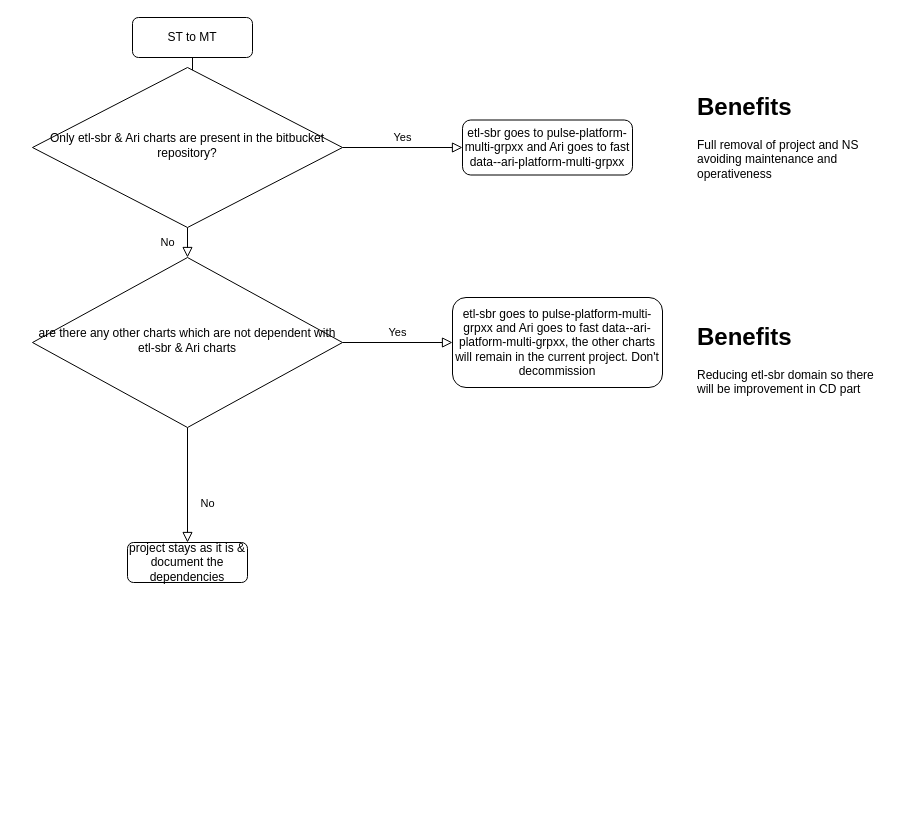
Above: Diagrama sin título.drawio in lgarzon2304/flatris (draw.io), before the change. Source tidied: cells renumbered, new cells numbered last; positions are measured from the earlier drawing's top-left corner, leaving out a move shared by most shapes. Both pictures are drawn from the tidied source at 100%, with x=0, y=0 at pixel (32, 17).
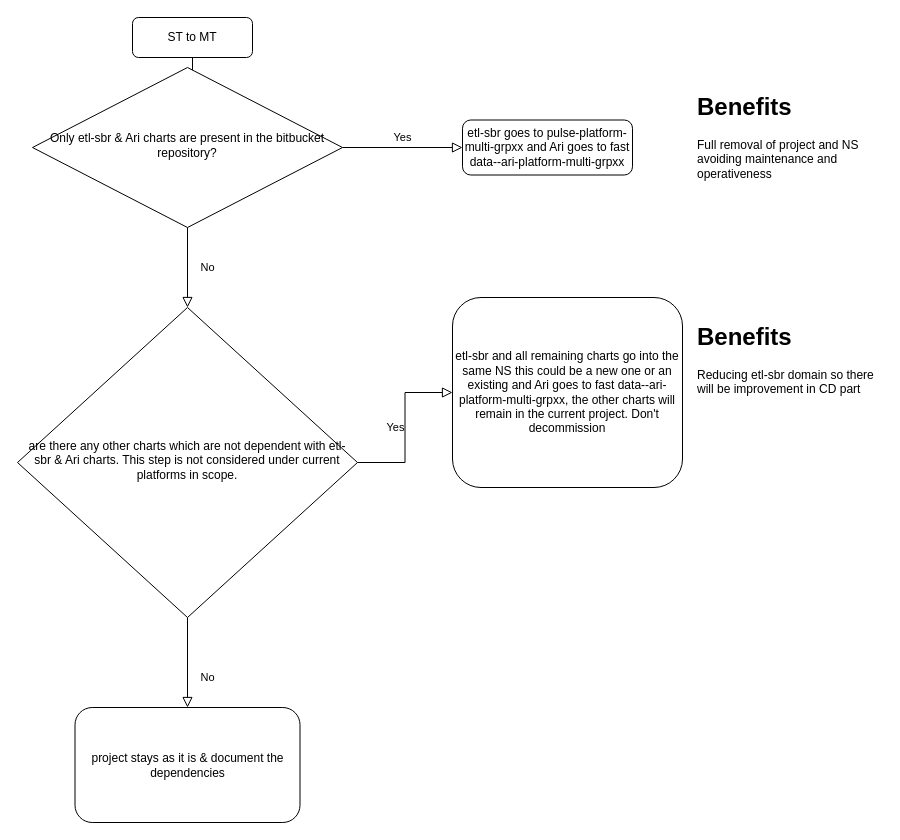
The same diagram, later.

Diff of the diagram source:
```diff
@@
 <mxGraphModel>
   <root>
     <mxCell id="0" />
     <mxCell id="1" parent="0" />
     <mxCell id="2" style="rounded=0;html=1;jettySize=auto;fontSize=11;endArrow=block;endFill=0;endSize=8;strokeWidth=1;shadow=0;labelBackgroundColor=none;edgeStyle=orthogonalEdgeStyle;" parent="1" edge="1" source="3" target="6">
       <mxGeometry relative="1" as="geometry" />
     </mxCell>
     <mxCell id="3" value="ST to MT" style="rounded=1;whiteSpace=wrap;html=1;fontSize=12;glass=0;strokeWidth=1;shadow=0;" parent="1" vertex="1">
       <mxGeometry x="100" width="120" height="40" as="geometry" />
     </mxCell>
     <mxCell id="4" value="No" style="rounded=0;html=1;jettySize=auto;fontSize=11;endArrow=block;endFill=0;endSize=8;strokeWidth=1;shadow=0;labelBackgroundColor=none;edgeStyle=orthogonalEdgeStyle;" parent="1" edge="1" source="6" target="10">
       <mxGeometry y="20" relative="1" as="geometry" />
     </mxCell>
     <mxCell id="5" value="Yes" style="edgeStyle=orthogonalEdgeStyle;rounded=0;html=1;jettySize=auto;fontSize=11;endArrow=block;endFill=0;endSize=8;strokeWidth=1;shadow=0;labelBackgroundColor=none;" parent="1" edge="1" source="6" target="7">
       <mxGeometry y="10" relative="1" as="geometry" />
     </mxCell>
     <mxCell id="6" value="&lt;span style=&quot;text-align: start;&quot;&gt;&lt;/span&gt;&lt;span style=&quot;text-align: start;&quot;&gt;&lt;/span&gt;&lt;span style=&quot;text-align: start;&quot;&gt;&lt;/span&gt;Only etl-sbr &amp;amp; Ari charts are present in the bitbucket repository?" style="rhombus;whiteSpace=wrap;html=1;shadow=0;fontFamily=Helvetica;fontSize=12;align=center;strokeWidth=1;spacing=6;spacingTop=-4;" parent="1" vertex="1">
       <mxGeometry y="50" width="310" height="160" as="geometry" />
     </mxCell>
     <mxCell id="7" value="etl-sbr goes to pulse-platform-multi-grpxx and Ari goes to fast data--ari-platform-multi-grpxx" style="rounded=1;whiteSpace=wrap;html=1;fontSize=12;glass=0;strokeWidth=1;shadow=0;" parent="1" vertex="1">
       <mxGeometry x="430" y="102.5" width="170" height="55" as="geometry" />
     </mxCell>
     <mxCell id="8" value="No" style="rounded=0;html=1;jettySize=auto;fontSize=11;endArrow=block;endFill=0;endSize=8;strokeWidth=1;shadow=0;labelBackgroundColor=none;edgeStyle=orthogonalEdgeStyle;" parent="1" edge="1" source="10" target="11">
       <mxGeometry x="0.33" y="20" relative="1" as="geometry" />
     </mxCell>
     <mxCell id="9" value="Yes" style="edgeStyle=orthogonalEdgeStyle;rounded=0;html=1;jettySize=auto;fontSize=11;endArrow=block;endFill=0;endSize=8;strokeWidth=1;shadow=0;labelBackgroundColor=none;" parent="1" edge="1" source="10" target="12">
       <mxGeometry y="10" relative="1" as="geometry" />
     </mxCell>
-    <mxCell id="10" value="&lt;span style=&quot;text-align: start;&quot;&gt;&lt;/span&gt;are there any other charts which are not dependent with etl-sbr &amp;amp; Ari charts" style="rhombus;whiteSpace=wrap;html=1;shadow=0;fontFamily=Helvetica;fontSize=12;align=center;strokeWidth=1;spacing=6;spacingTop=-4;" parent="1" vertex="1">
-      <mxGeometry y="240" width="310" height="170" as="geometry" />
+    <mxCell id="10" value="&lt;span style=&quot;text-align: start;&quot;&gt;&lt;/span&gt;are there any other charts which are not dependent with etl-sbr &amp;amp; Ari charts. This step is not considered under current platforms in scope." style="rhombus;whiteSpace=wrap;html=1;shadow=0;fontFamily=Helvetica;fontSize=12;align=center;strokeWidth=1;spacing=6;spacingTop=-4;" parent="1" vertex="1">
+      <mxGeometry x="-15" y="290" width="340" height="310" as="geometry" />
     </mxCell>
     <mxCell id="11" value="project stays as it is &amp;amp; document the dependencies" style="rounded=1;whiteSpace=wrap;html=1;fontSize=12;glass=0;strokeWidth=1;shadow=0;" parent="1" vertex="1">
-      <mxGeometry x="95" y="525" width="120" height="40" as="geometry" />
+      <mxGeometry x="42.5" y="690" width="225" height="115" as="geometry" />
     </mxCell>
-    <mxCell id="12" value="etl-sbr goes to pulse-platform-multi-grpxx and Ari goes to fast data--ari-platform-multi-grpxx, the other charts will remain in the current project. Don't decommission" style="rounded=1;whiteSpace=wrap;html=1;fontSize=12;glass=0;strokeWidth=1;shadow=0;" parent="1" vertex="1">
-      <mxGeometry x="420" y="280" width="210" height="90" as="geometry" />
+    <mxCell id="12" value="etl-sbr and all remaining charts go into the same NS this could be a new one or an existing&amp;nbsp;and Ari goes to fast data--ari-platform-multi-grpxx, the other charts will remain in the current project. Don't decommission" style="rounded=1;whiteSpace=wrap;html=1;fontSize=12;glass=0;strokeWidth=1;shadow=0;" parent="1" vertex="1">
+      <mxGeometry x="420" y="280" width="230" height="190" as="geometry" />
     </mxCell>
     <mxCell id="13" value="&lt;h1&gt;Benefits&lt;span style=&quot;font-weight: 400;&quot;&gt;&lt;/span&gt;&lt;/h1&gt;&lt;div&gt;Full removal of project and NS avoiding maintenance and operativeness&lt;/div&gt;" style="text;html=1;strokeColor=none;fillColor=none;spacing=5;spacingTop=-20;whiteSpace=wrap;overflow=hidden;rounded=0;" parent="1" vertex="1">
       <mxGeometry x="660" y="70" width="190" height="120" as="geometry" />
     </mxCell>
     <mxCell id="14" value="&lt;h1&gt;Benefits&lt;span style=&quot;font-weight: 400;&quot;&gt;&lt;/span&gt;&lt;/h1&gt;&lt;div&gt;Reducing etl-sbr domain so there will be improvement in CD part&lt;/div&gt;" style="text;html=1;strokeColor=none;fillColor=none;spacing=5;spacingTop=-20;whiteSpace=wrap;overflow=hidden;rounded=0;" parent="1" vertex="1">
       <mxGeometry x="660" y="300" width="190" height="120" as="geometry" />
     </mxCell>
   </root>
 </mxGraphModel>
```
